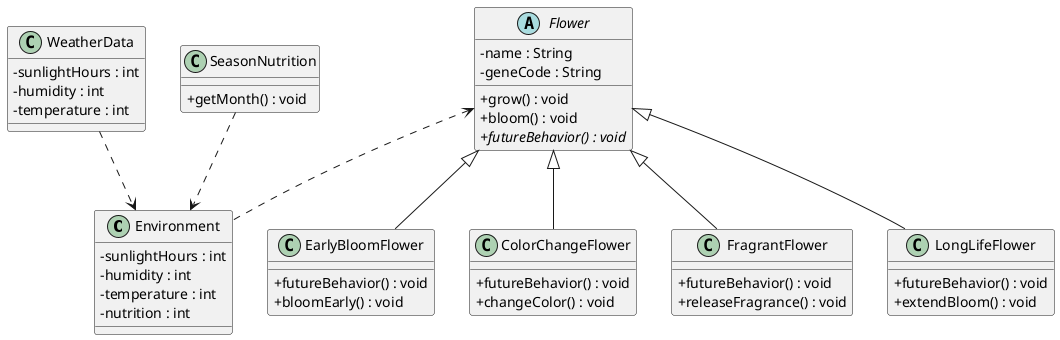
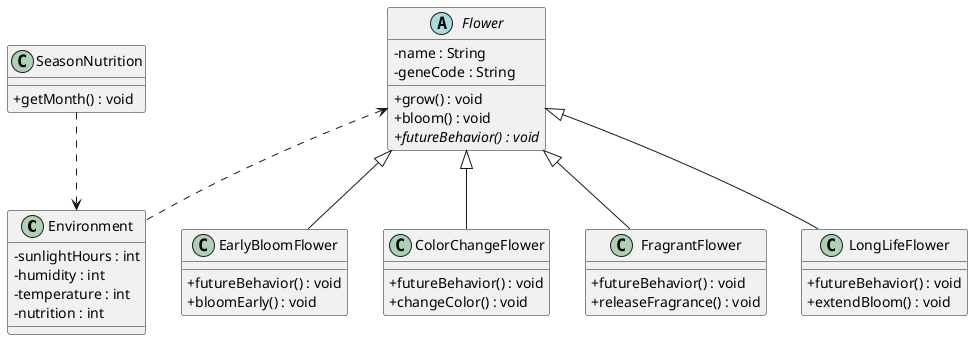
@startuml Flower.puml

skinparam classAttributeIconSize 0

class Environment {
  - sunlightHours : int
  - humidity : int
  - temperature : int
  - nutrition : int
- }
- 
- class WeatherData {
-   - sunlightHours : int
-   - humidity : int
-   - temperature : int
}

class SeasonNutrition {
  + getMonth() : void
}

abstract class Flower {
  - name : String
  - geneCode : String
  + grow() : void
  + bloom() : void
  + {abstract} futureBehavior() : void
}

class EarlyBloomFlower {
  + futureBehavior() : void
  + bloomEarly() : void
}

class ColorChangeFlower {
  + futureBehavior() : void
  + changeColor() : void
}

class FragrantFlower {
  + futureBehavior() : void
  + releaseFragrance() : void
}

class LongLifeFlower {
  + futureBehavior() : void
  + extendBloom() : void
}

Flower <|-- EarlyBloomFlower
Flower <|-- ColorChangeFlower
Flower <|-- FragrantFlower
Flower <|-- LongLifeFlower
Flower <.. Environment
- 
- WeatherData ..> Environment
SeasonNutrition ..> Environment

@enduml
